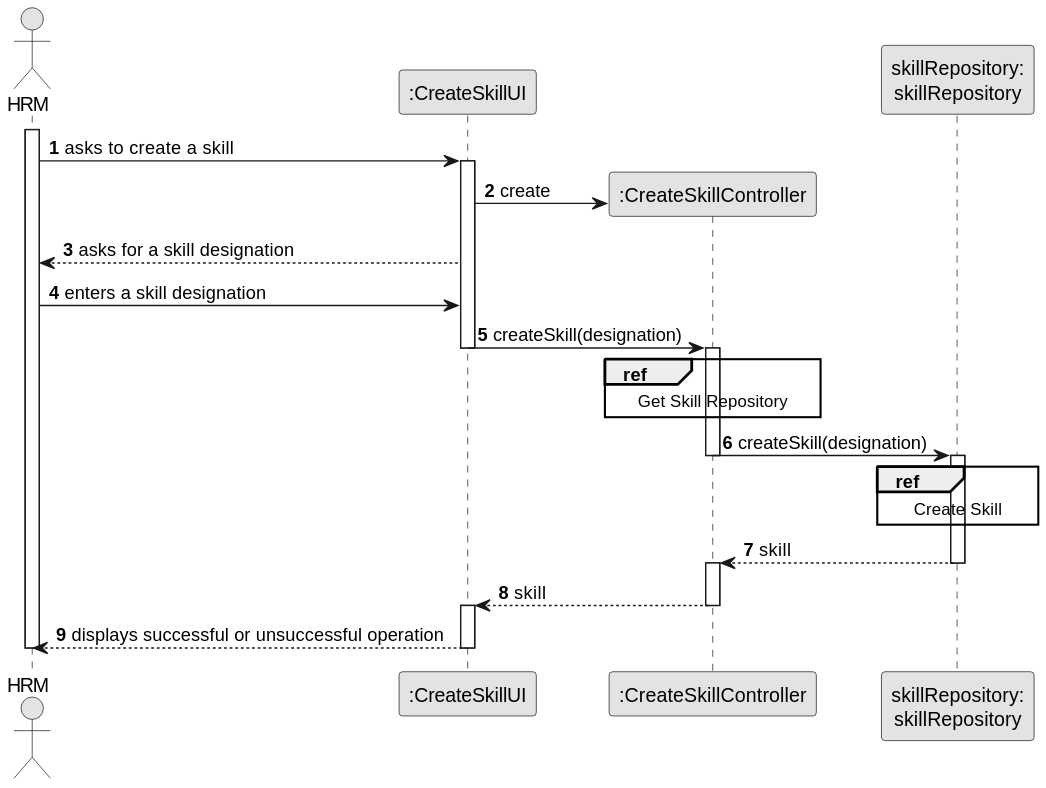
This is docs/sprintB/us001/03.design/svg/us001-sequence-diagram-split.svg from ricardomm7/leaflink, a PlantUML export, as it was before one commit.
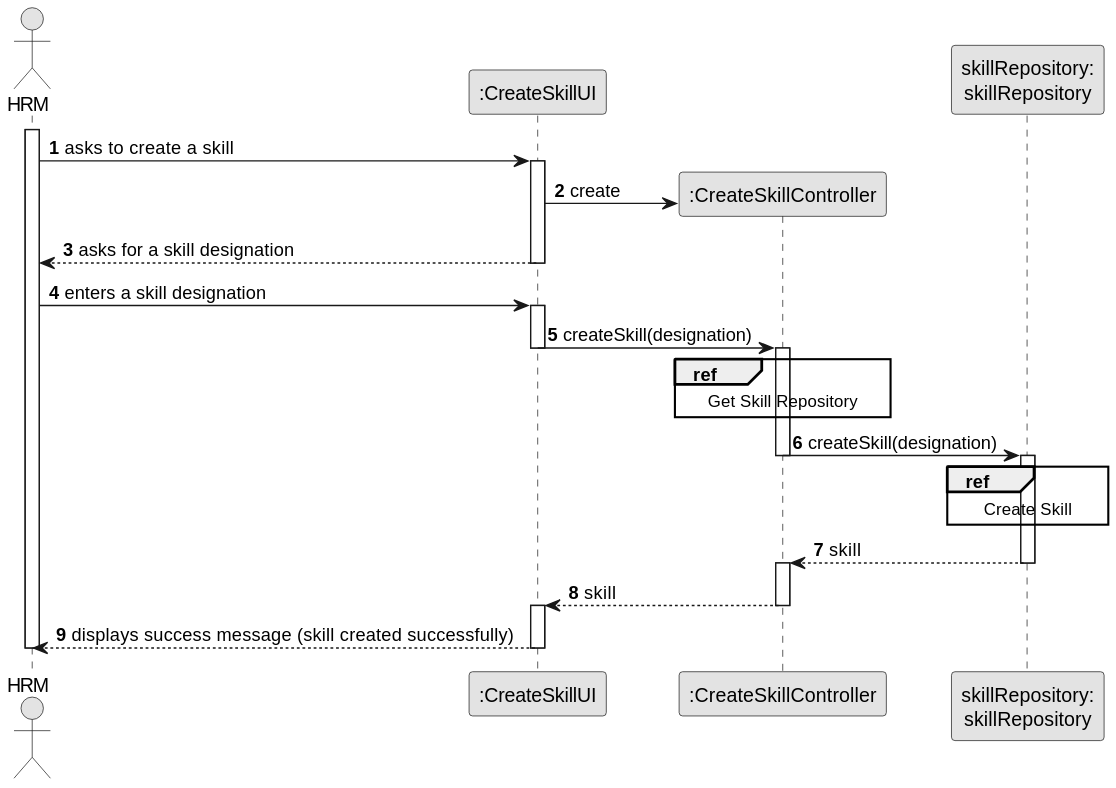
After the change.

What changed in the source:
```diff
@@ -18,8 +18,10 @@
 UI -> CTRL** : create
 
 UI --> HRM : asks for a skill designation
+deactivate UI
 
 HRM -> UI : enters a skill designation
+activate UI
 
 UI->CTRL : createSkill(designation)
 deactivate UI
@@ -41,11 +43,13 @@
     deactivate skillRepository
     activate CTRL
 
+
+
     CTRL --> UI : skill
     deactivate CTRL
     activate UI
 
-    UI --> HRM : displays successful or unsuccessful operation
+    UI --> HRM : displays success message (skill created successfully)
     deactivate UI
 deactivate HRM
 @enduml
```
